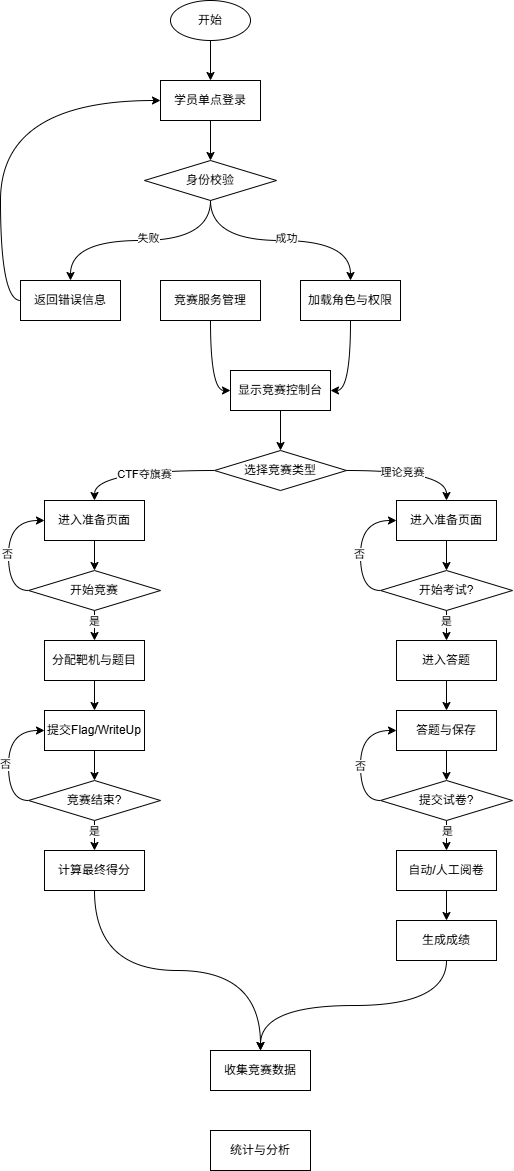
BlueTeethAC/drowIOWarehouse keeps this draw.io diagram as 竞赛一体化平台系统信息流程图.png. Above is the earlier version. Source tidied: cells renumbered, new cells last; positions are measured from the earlier drawing's top-left corner, leaving out a move shared by most shapes.
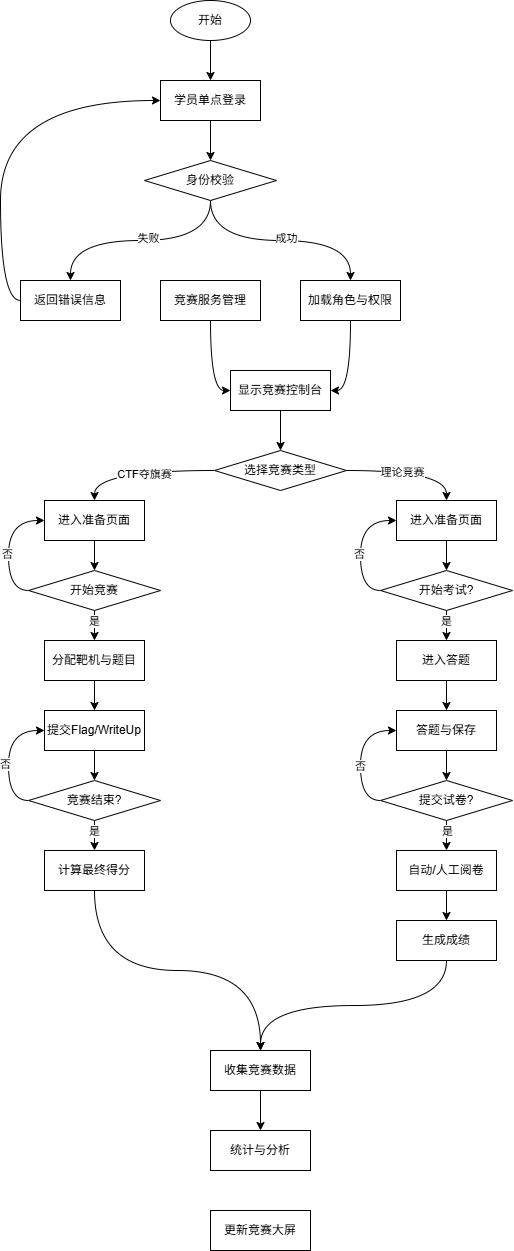
Later version of the same file.

Commit message:
更新竞赛一体化平台系统信息流程图.png

Change to the diagram source:
```diff
@@ -182,11 +182,17 @@
     <mxCell id="61" value="生成成绩" style="rounded=0;whiteSpace=wrap;html=1;" parent="1" vertex="1">
       <mxGeometry x="376" y="920" width="100" height="40" as="geometry" />
     </mxCell>
+    <mxCell id="64" style="edgeStyle=orthogonalEdgeStyle;curved=1;rounded=0;jettySize=auto;html=1;exitX=0.5;exitY=1;exitDx=0;exitDy=0;entryX=0.5;entryY=0;entryDx=0;entryDy=0;" parent="1" edge="1" source="62" target="63">
+      <mxGeometry relative="1" as="geometry" />
+    </mxCell>
     <mxCell id="62" value="收集竞赛数据" style="rounded=0;whiteSpace=wrap;html=1;" parent="1" vertex="1">
       <mxGeometry x="190" y="1050" width="100" height="40" as="geometry" />
     </mxCell>
     <mxCell id="63" value="统计与分析" style="rounded=0;whiteSpace=wrap;html=1;" parent="1" vertex="1">
       <mxGeometry x="190" y="1130" width="100" height="40" as="geometry" />
     </mxCell>
+    <mxCell id="65" value="更新竞赛大屏" style="rounded=0;whiteSpace=wrap;html=1;" parent="1" vertex="1">
+      <mxGeometry x="190" y="1210" width="100" height="40" as="geometry" />
+    </mxCell>
   </root>
 </mxGraphModel>
```
